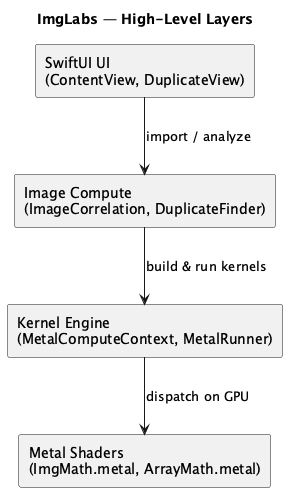
Above: ImgLabs/Diagrams/Architecture/layers.png in davislenover/ImgLabs (PlantUML), before the change.
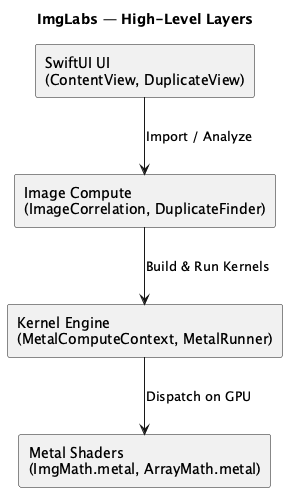
After the commit.

Change to the diagram source:
```diff
@@ -11,8 +11,8 @@
 component "Kernel Engine\n(MetalComputeContext, MetalRunner)" as Engine
 component "Metal Shaders\n(ImgMath.metal, ArrayMath.metal)" as Shaders
 
-UI --> Compute : import / analyze
-Compute --> Engine : build & run kernels
-Engine --> Shaders : dispatch on GPU
+UI --> Compute : Import / Analyze
+Compute --> Engine : Build & Run Kernels
+Engine --> Shaders : Dispatch on GPU
 
 @enduml
```
